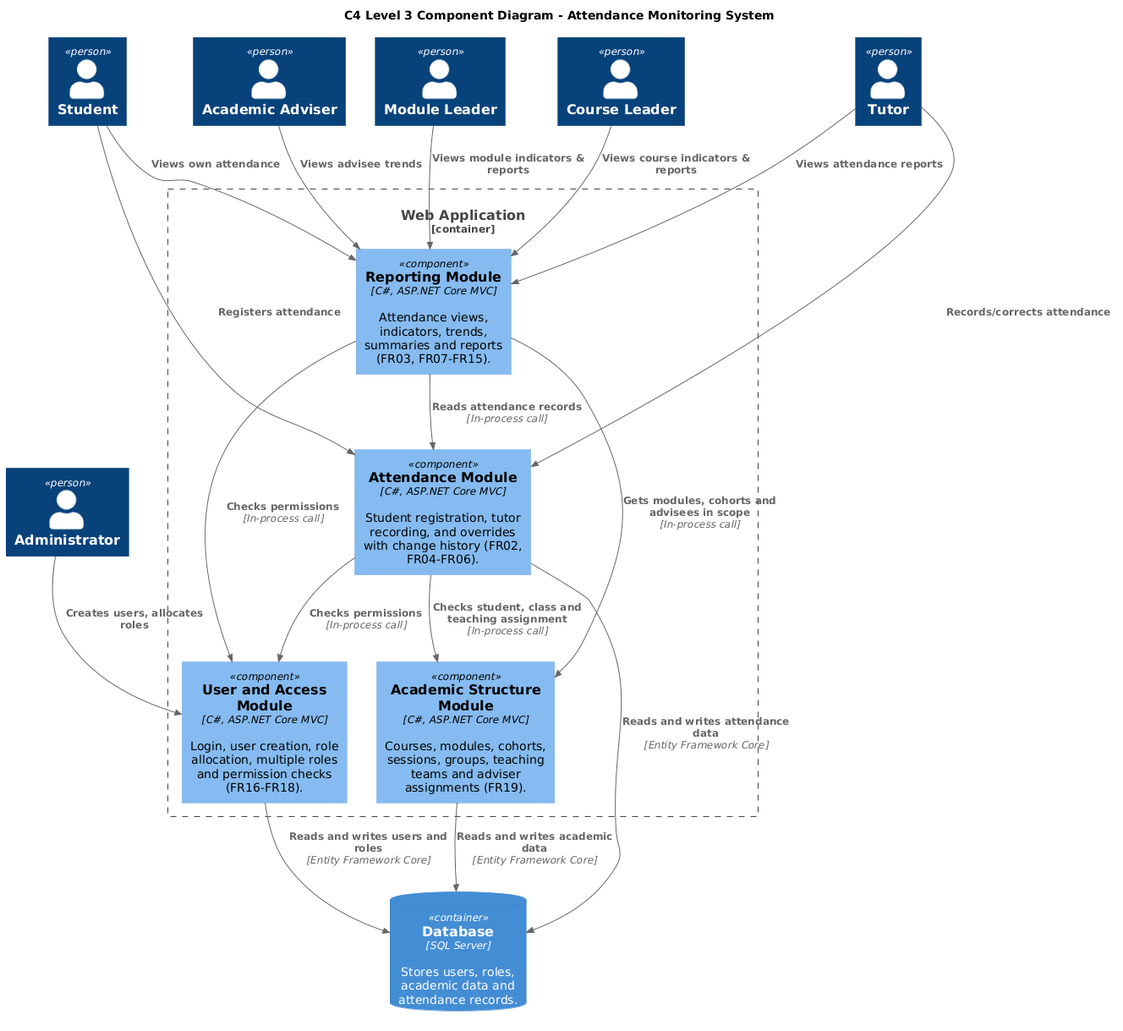
Shelly855/attendance-monitoring-copy keeps this PlantUML diagram as out/diagrams/c4-level3-diagram/AttendanceMonitoringSystemC4L3.png. Above is the earlier version.
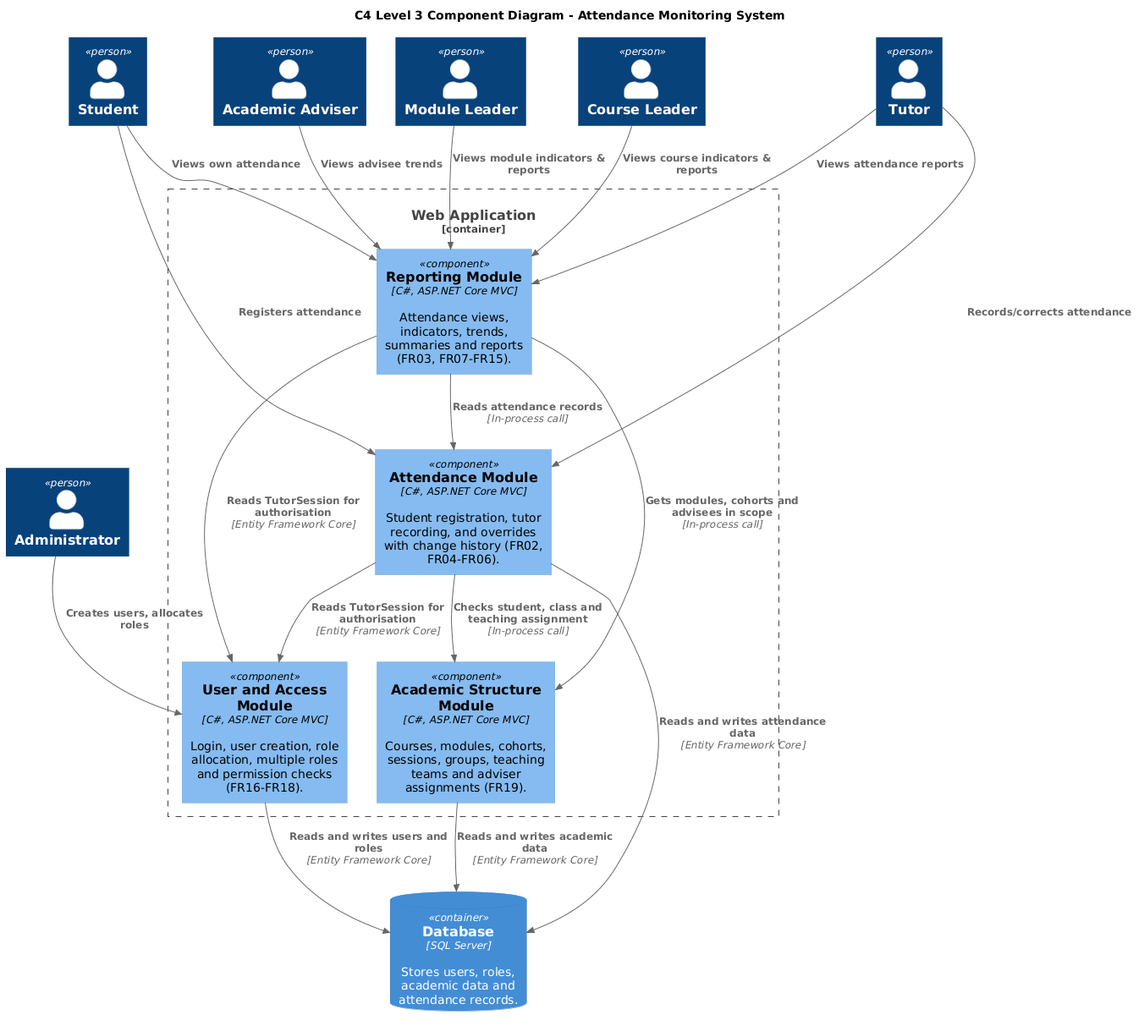
After the change.

What changed in the source:
```diff
@@ -28,10 +28,10 @@
 Rel(admin, access, "Creates users, allocates roles")
 
 Rel(attendance, academic, "Checks student, class and teaching assignment", "In-process call")
-Rel(attendance, access, "Checks permissions", "In-process call")
+Rel(attendance, access, "Reads TutorSession for authorisation", "Entity Framework Core")
 Rel(reporting, attendance, "Reads attendance records", "In-process call")
 Rel(reporting, academic, "Gets modules, cohorts and advisees in scope", "In-process call")
-Rel(reporting, access, "Checks permissions", "In-process call")
+Rel(reporting, access, "Reads TutorSession for authorisation", "Entity Framework Core")
 
 Rel(attendance, db, "Reads and writes attendance data", "Entity Framework Core")
 Rel(access, db, "Reads and writes users and roles", "Entity Framework Core")
```
